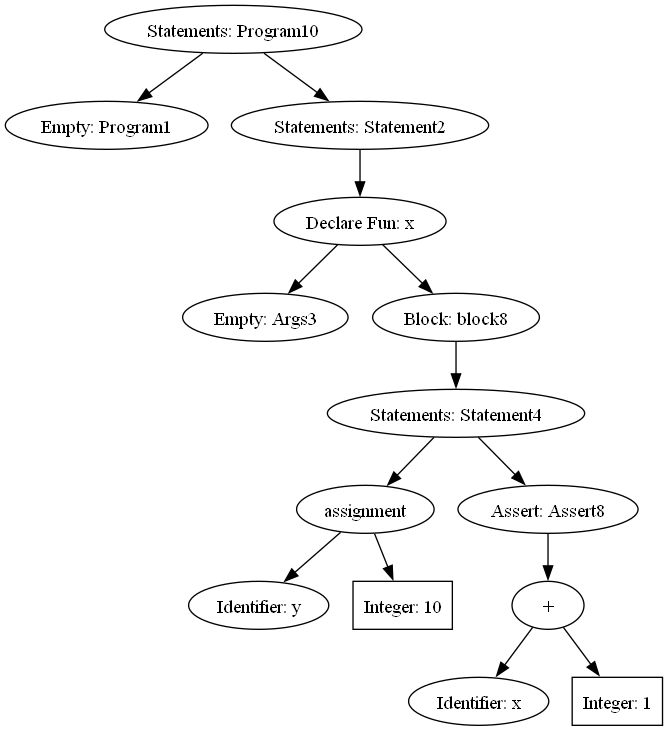
The Graphviz diagram test.png in ironicDude/compiler, before a commit. Its source is kept beside it as test.gv.
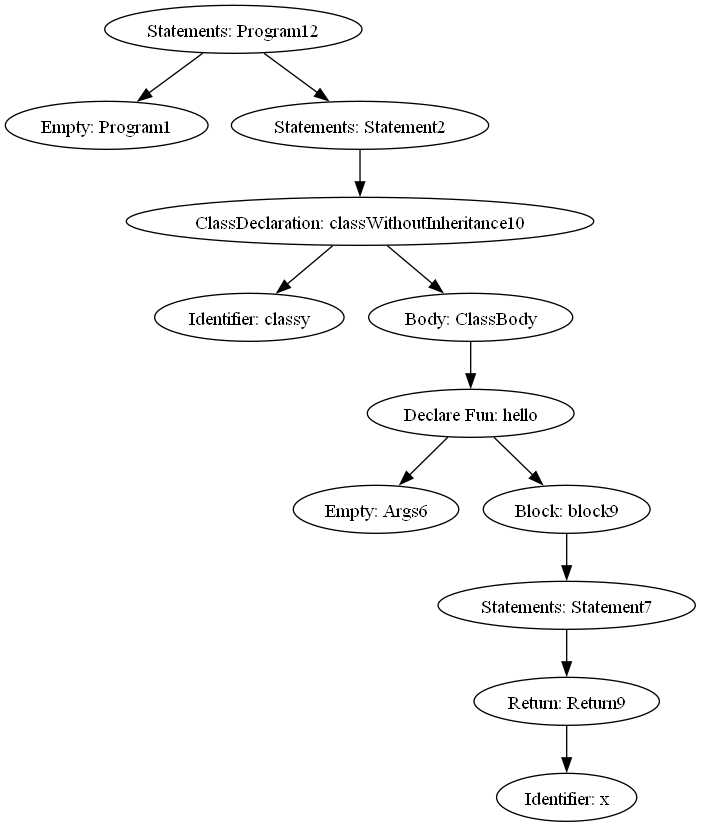
After the commit.

Commit message:
added import statement

Change to the diagram source:
```diff
@@ -1,29 +1,25 @@
 digraph G {
-	Program10 [label="Statements: Program10"]
-	Program10 -> Program1;
+	Program12 [label="Statements: Program12"]
+	Program12 -> Program1;
 	Program1 [label="Empty: Program1"]
-	Program10 -> Statement2;
+	Program12 -> Statement2;
 	Statement2 [label="Statements: Statement2"]
-	Statement2 -> x;
-	x [label="Declare Fun: x"]
-	x -> Args3;
-	Args3 [label="Empty: Args3"]
-	x -> block8;
-	block8 [label="Block: block8"]
-	block8 -> Statement4;
-	Statement4 [label="Statements: Statement4"]
-	Statement4 -> assignment6;
-	assignment6 [label="assignment"]
-	assignment6 -> identifire5;
-	identifire5 [label="Identifier: y"]
-	assignment6 -> INTEGER2;
-	INTEGER2 [shape=box,label="Integer: 10"]
-	Statement4 -> Assert8;
-	Assert8 [label="Assert: Assert8"]
-	Assert8 -> BinaryExpression_identifire7PLUSINTEGER4;
-	BinaryExpression_identifire7PLUSINTEGER4 [label="+"]
-	BinaryExpression_identifire7PLUSINTEGER4 -> identifire7;
-	identifire7 [label="Identifier: x"]
-	BinaryExpression_identifire7PLUSINTEGER4 -> INTEGER4;
-	INTEGER4 [shape=box,label="Integer: 1"]
+	Statement2 -> classWithoutInheritance10;
+	classWithoutInheritance10 [label="ClassDeclaration: classWithoutInheritance10"]
+	classWithoutInheritance10 -> IDENTIFIER0;
+	IDENTIFIER0 [label="Identifier: classy"]
+	classWithoutInheritance10 -> ClassBody;
+	ClassBody [label="Body: ClassBody"]
+	ClassBody -> hello;
+	hello [label="Declare Fun: hello"]
+	hello -> Args6;
+	Args6 [label="Empty: Args6"]
+	hello -> block9;
+	block9 [label="Block: block9"]
+	block9 -> Statement7;
+	Statement7 [label="Statements: Statement7"]
+	Statement7 -> Return9;
+	Return9 [label="Return: Return9"]
+	Return9 -> identifire8;
+	identifire8 [label="Identifier: x"]
 }
```
